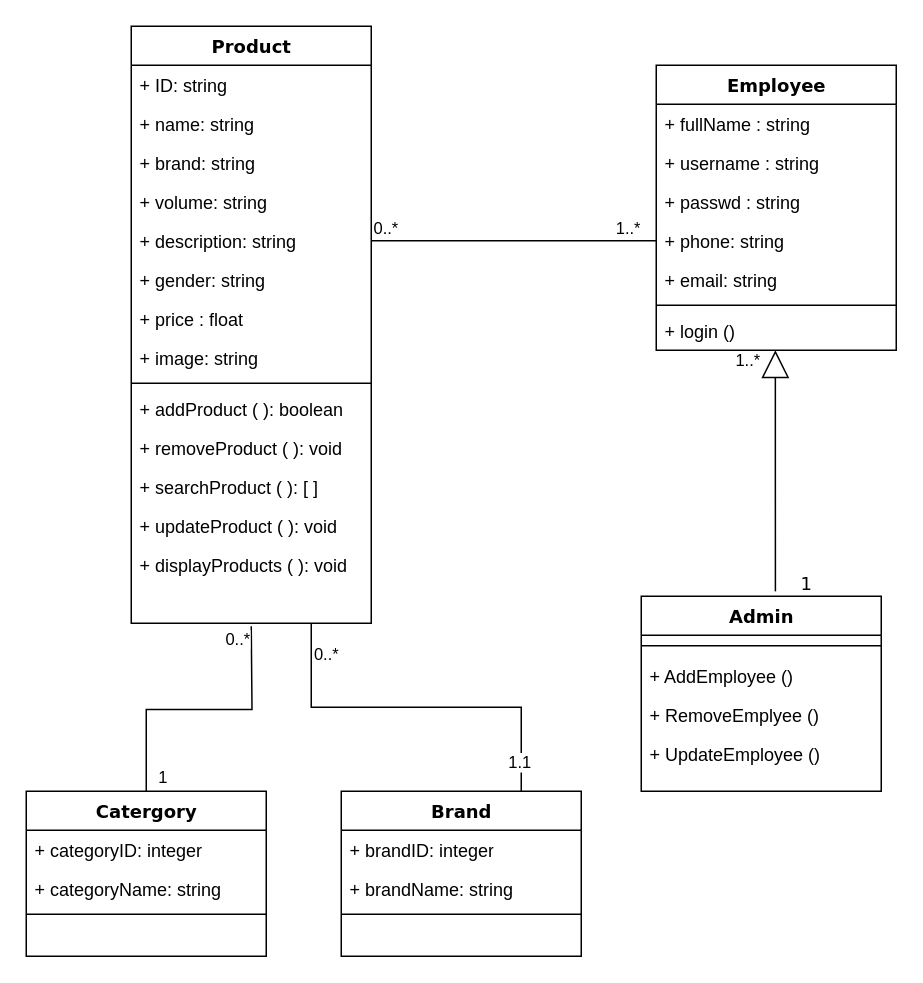
Earlier version of the draw.io diagram UML/class diagram.drawio (hamza-at-youcode/Brief4-parfume.art). Source tidied: cells renumbered, new cells numbered last; positions are measured from the earlier drawing's top-left corner, leaving out a move shared by most shapes. Both pictures are drawn from the tidied source at 150%, with x=0, y=0 at pixel (26, 26).
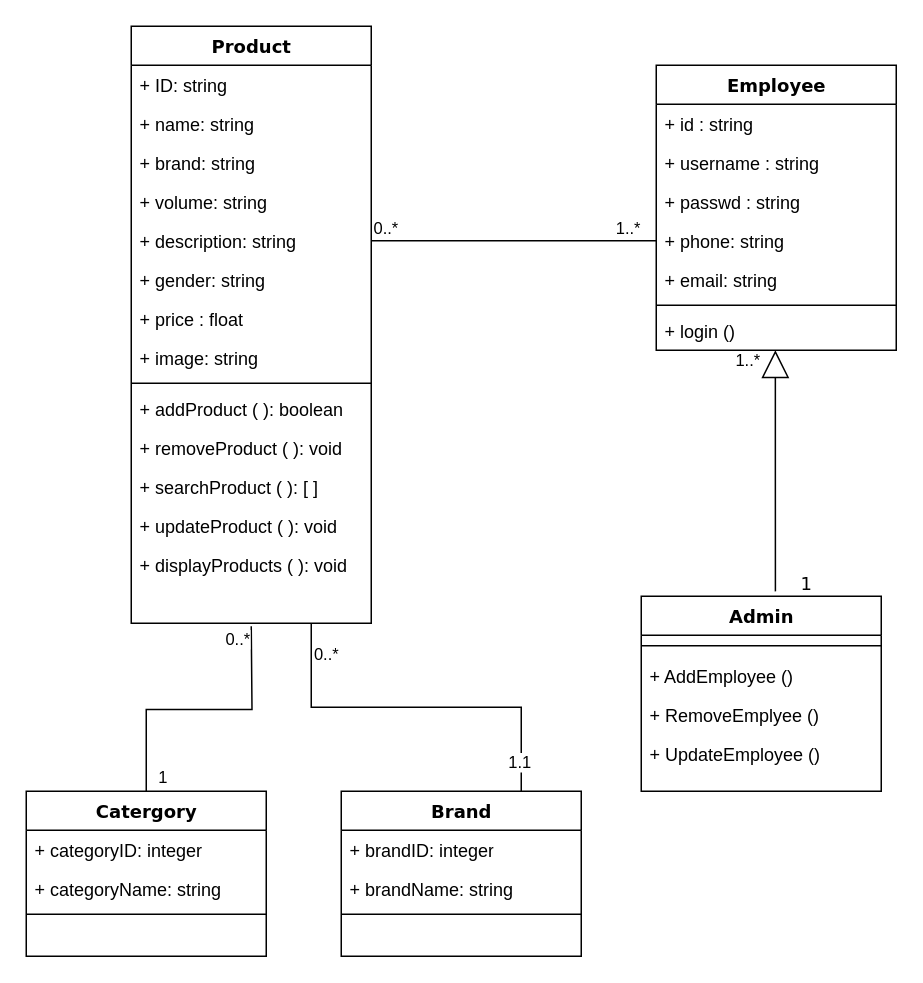
After the change.

Commit message (it also covers changes not shown here):
Add id and remove full name

Unchanged cells that the change refers to:
```xml
<mxCell id="17" value="Employee" style="swimlane;html=1;fontStyle=1;align=center;verticalAlign=top;horizontal=1;startSize=26;swimlaneFillColor=#ffffff;rounded=0;shadow=0;comic=0;labelBackgroundColor=none;strokeWidth=1;fillColor=none;fontFamily=Verdana;fontSize=12;" parent="1" vertex="1">
  <mxGeometry x="420" y="26" width="160" height="190" as="geometry" />
</mxCell>
```

Change to the diagram source:
```diff
@@
-    <mxCell id="18" value="+ fullName : string" style="text;html=1;strokeColor=none;fillColor=none;align=left;verticalAlign=top;spacingLeft=4;spacingRight=4;whiteSpace=wrap;overflow=hidden;" parent="17" vertex="1">
+    <mxCell id="18" value="+ id : string" style="text;html=1;strokeColor=none;fillColor=none;align=left;verticalAlign=top;spacingLeft=4;spacingRight=4;whiteSpace=wrap;overflow=hidden;" parent="17" vertex="1">
       <mxGeometry y="26" width="160" height="26" as="geometry" />
     </mxCell>
```
